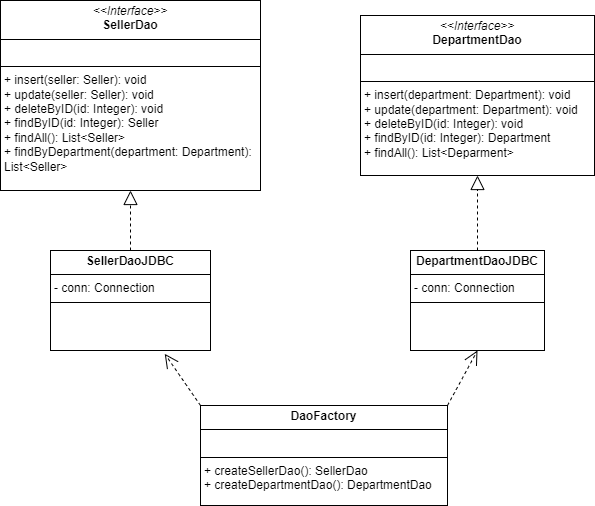
GiovaniFetzner/workshop-javafx-jdbc keeps this draw.io diagram as images/PadraoDAO_DataAccessObject.png. Above is the earlier version. Source tidied: cells renumbered, new cells last; positions are measured from the earlier drawing's top-left corner, leaving out a move shared by most shapes.
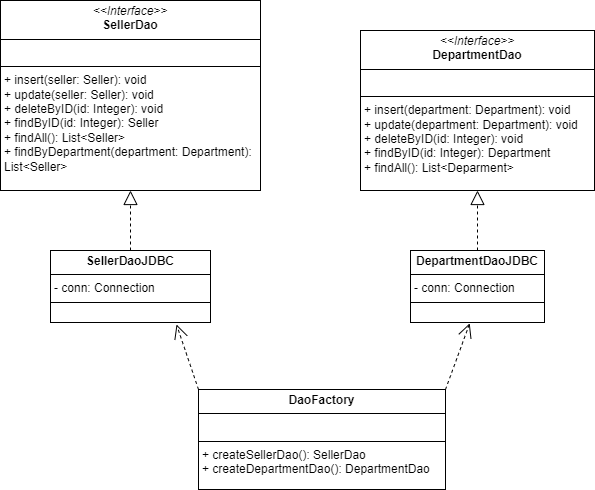
Later version of the same file.

Commit message:
Atualizacao padraoDAO

The edit, as a diff of the source:
```diff
@@ -6,28 +6,30 @@
       <mxGeometry width="260" height="190" as="geometry" />
     </mxCell>
     <mxCell id="3" value="&lt;p style=&quot;margin:0px;margin-top:4px;text-align:center;&quot;&gt;&lt;i&gt;&amp;lt;&amp;lt;Interface&amp;gt;&amp;gt;&lt;/i&gt;&lt;br&gt;&lt;b&gt;DepartmentDao&lt;/b&gt;&lt;/p&gt;&lt;hr size=&quot;1&quot; style=&quot;border-style:solid;&quot;&gt;&lt;p style=&quot;margin:0px;margin-left:4px;&quot;&gt;&lt;br&gt;&lt;/p&gt;&lt;hr size=&quot;1&quot; style=&quot;border-style:solid;&quot;&gt;&lt;p style=&quot;margin:0px;margin-left:4px;&quot;&gt;+ insert(department: Department)&lt;span style=&quot;background-color: initial;&quot;&gt;: void&lt;/span&gt;&lt;/p&gt;&lt;p style=&quot;margin:0px;margin-left:4px;&quot;&gt;+ update(department: Department): void&lt;br&gt;+ deleteByID(id: Integer)&lt;span style=&quot;background-color: initial;&quot;&gt;: void&lt;/span&gt;&lt;/p&gt;&lt;p style=&quot;margin:0px;margin-left:4px;&quot;&gt;+ findByID&lt;span style=&quot;background-color: initial;&quot;&gt;(id: Integer): Department&lt;/span&gt;&lt;/p&gt;&lt;p style=&quot;margin:0px;margin-left:4px;&quot;&gt;+ findAll(): List&amp;lt;Deparment&amp;gt;&amp;nbsp;&lt;/p&gt;&lt;p style=&quot;margin:0px;margin-left:4px;&quot;&gt;&lt;br&gt;&lt;/p&gt;" style="verticalAlign=top;align=left;overflow=fill;html=1;whiteSpace=wrap;" parent="1" vertex="1">
-      <mxGeometry x="360" y="15" width="234" height="160" as="geometry" />
+      <mxGeometry x="360" y="30" width="234" height="160" as="geometry" />
     </mxCell>
     <mxCell id="4" value="&lt;p style=&quot;margin:0px;margin-top:4px;text-align:center;&quot;&gt;&lt;b&gt;SellerDaoJDBC&lt;/b&gt;&lt;/p&gt;&lt;hr size=&quot;1&quot; style=&quot;border-style:solid;&quot;&gt;&lt;p style=&quot;margin:0px;margin-left:4px;&quot;&gt;- conn: Connection&lt;/p&gt;&lt;hr size=&quot;1&quot; style=&quot;border-style:solid;&quot;&gt;&lt;p style=&quot;margin:0px;margin-left:4px;&quot;&gt;&lt;br&gt;&lt;/p&gt;" style="verticalAlign=top;align=left;overflow=fill;html=1;whiteSpace=wrap;" parent="1" vertex="1">
-      <mxGeometry x="50" y="250" width="160" height="100" as="geometry" />
+      <mxGeometry x="50" y="250" width="160" height="72" as="geometry" />
     </mxCell>
     <mxCell id="5" style="endArrow=block;dashed=1;endFill=0;endSize=12;html=1;rounded=0;exitX=0.5;exitY=0;exitDx=0;exitDy=0;entryX=0.5;entryY=1;entryDx=0;entryDy=0;" parent="1" edge="1" source="4" target="2">
       <mxGeometry relative="1" as="geometry" />
     </mxCell>
     <mxCell id="6" value="&lt;p style=&quot;margin:0px;margin-top:4px;text-align:center;&quot;&gt;&lt;b&gt;DepartmentDaoJDBC&lt;/b&gt;&lt;/p&gt;&lt;hr size=&quot;1&quot; style=&quot;border-style:solid;&quot;&gt;&lt;p style=&quot;margin:0px;margin-left:4px;&quot;&gt;- conn: Connection&lt;/p&gt;&lt;hr size=&quot;1&quot; style=&quot;border-style:solid;&quot;&gt;&lt;p style=&quot;margin:0px;margin-left:4px;&quot;&gt;&lt;br&gt;&lt;/p&gt;" style="verticalAlign=top;align=left;overflow=fill;html=1;whiteSpace=wrap;" parent="1" vertex="1">
-      <mxGeometry x="410" y="250" width="134" height="100" as="geometry" />
+      <mxGeometry x="410" y="250" width="134" height="72" as="geometry" />
     </mxCell>
     <mxCell id="7" style="endArrow=block;dashed=1;endFill=0;endSize=12;html=1;rounded=0;exitX=0.5;exitY=0;exitDx=0;exitDy=0;entryX=0.5;entryY=1;entryDx=0;entryDy=0;" parent="1" edge="1" source="6" target="3">
       <mxGeometry relative="1" as="geometry" />
     </mxCell>
     <mxCell id="8" value="&lt;p style=&quot;margin:0px;margin-top:4px;text-align:center;&quot;&gt;&lt;b&gt;DaoFactory&lt;/b&gt;&lt;/p&gt;&lt;hr size=&quot;1&quot; style=&quot;border-style:solid;&quot;&gt;&lt;p style=&quot;margin:0px;margin-left:4px;&quot;&gt;&lt;br&gt;&lt;/p&gt;&lt;hr size=&quot;1&quot; style=&quot;border-style:solid;&quot;&gt;&lt;p style=&quot;margin:0px;margin-left:4px;&quot;&gt;+ createSellerDao(): SellerDao&lt;/p&gt;&lt;p style=&quot;margin:0px;margin-left:4px;&quot;&gt;+ createDepartmentDao(): DepartmentDao&lt;br&gt;&lt;/p&gt;" style="verticalAlign=top;align=left;overflow=fill;html=1;whiteSpace=wrap;" parent="1" vertex="1">
-      <mxGeometry x="200" y="405" width="247" height="100" as="geometry" />
+      <mxGeometry x="198" y="389" width="247" height="100" as="geometry" />
     </mxCell>
-    <mxCell id="9" style="endArrow=open;endSize=12;dashed=1;html=1;rounded=0;exitX=1;exitY=0;exitDx=0;exitDy=0;entryX=0.5;entryY=1;entryDx=0;entryDy=0;" parent="1" edge="1" source="8" target="6">
+    <mxCell id="9" style="endArrow=open;endSize=12;dashed=1;html=1;rounded=0;exitX=1;exitY=0;exitDx=0;exitDy=0;entryX=0.442;entryY=1.011;entryDx=0;entryDy=0;entryPerimeter=0;" parent="1" edge="1" source="8" target="6">
       <mxGeometry y="60" relative="1" as="geometry" />
     </mxCell>
-    <mxCell id="10" style="endArrow=open;endSize=12;dashed=1;html=1;rounded=0;entryX=0.714;entryY=1.033;entryDx=0;entryDy=0;entryPerimeter=0;exitX=0;exitY=0;exitDx=0;exitDy=0;" parent="1" edge="1" source="8" target="4">
-      <mxGeometry y="60" relative="1" as="geometry" />
+    <mxCell id="10" style="endArrow=open;endSize=12;dashed=1;html=1;rounded=0;exitX=0;exitY=0;exitDx=0;exitDy=0;" parent="1" edge="1" source="8">
+      <mxGeometry y="60" relative="1" as="geometry">
+        <mxPoint x="176" y="324" as="targetPoint" />
+      </mxGeometry>
     </mxCell>
   </root>
 </mxGraphModel>
```
